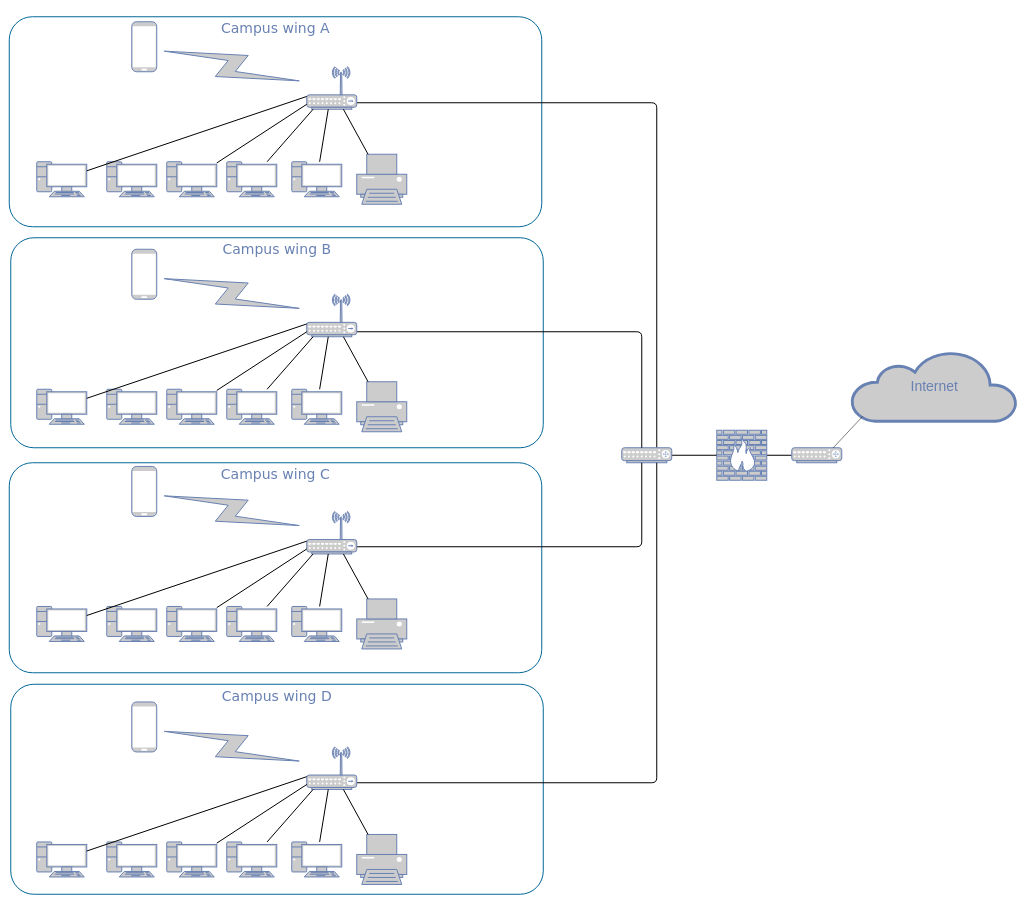
Above: Untitled Diagram.drawio in wr420/110Diagram (draw.io), before the change. Source tidied: cells renumbered, new cells numbered last; positions are measured from the earlier drawing's top-left corner, leaving out a move shared by most shapes. Both pictures are drawn from the tidied source at 50%, with x=0, y=0 at pixel (9, 16).
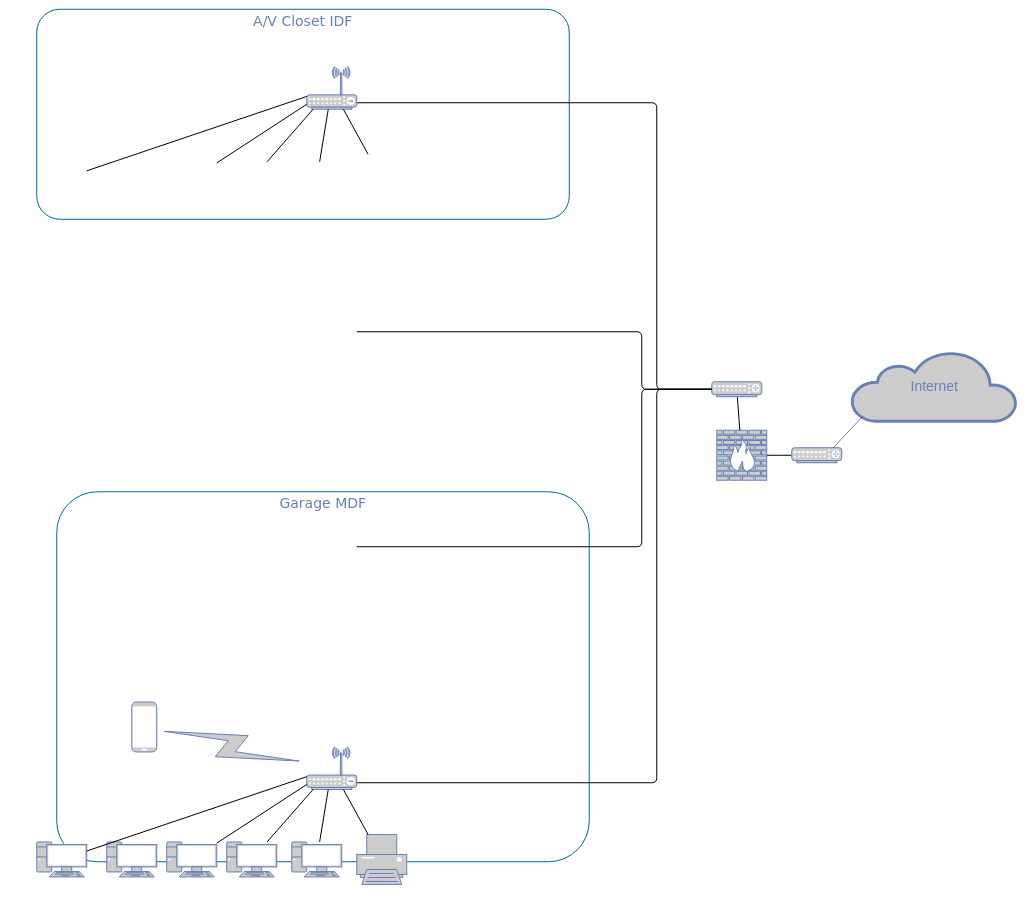
Above is the later version.

The change refers to these unchanged cells:
```xml
<mxCell id="17" style="fontColor=#0066CC;verticalAlign=top;verticalLabelPosition=bottom;labelPosition=center;align=center;html=1;fillColor=#CCCCCC;strokeColor=#6881B3;gradientColor=none;gradientDirection=north;strokeWidth=2;shape=mxgraph.networks.wireless_hub;rounded=0;shadow=0;comic=0;" parent="1" vertex="1">
  <mxGeometry x="595" y="100" width="100" height="85" as="geometry" />
</mxCell>
```

Diff of the diagram source:
```diff
@@
-    <mxCell id="2" value="Campus wing D" style="rounded=1;whiteSpace=wrap;html=1;shadow=0;comic=0;strokeColor=#036897;strokeWidth=2;fillColor=none;fontFamily=Verdana;fontSize=28;fontColor=#6881B3;align=center;arcSize=11;verticalAlign=top;" parent="1" vertex="1">
-      <mxGeometry x="3" y="1335" width="1065" height="420" as="geometry" />
+    <mxCell id="2" value="Garage MDF" style="rounded=1;whiteSpace=wrap;html=1;shadow=0;comic=0;strokeColor=#036897;strokeWidth=2;fillColor=none;fontFamily=Verdana;fontSize=28;fontColor=#6881B3;align=center;arcSize=11;verticalAlign=top;" parent="1" vertex="1">
+      <mxGeometry x="95" y="950" width="1065" height="740" as="geometry" />
     </mxCell>
-    <mxCell id="3" value="Campus wing C" style="rounded=1;whiteSpace=wrap;html=1;shadow=0;comic=0;strokeColor=#036897;strokeWidth=2;fillColor=none;fontFamily=Verdana;fontSize=28;fontColor=#6881B3;align=center;arcSize=11;verticalAlign=top;" parent="1" vertex="1">
-      <mxGeometry y="892" width="1065" height="420" as="geometry" />
-    </mxCell>
-    <mxCell id="4" value="Campus wing B" style="rounded=1;whiteSpace=wrap;html=1;shadow=0;comic=0;strokeColor=#036897;strokeWidth=2;fillColor=none;fontFamily=Verdana;fontSize=28;fontColor=#6881B3;align=center;arcSize=11;verticalAlign=top;" parent="1" vertex="1">
-      <mxGeometry x="3" y="442" width="1065" height="420" as="geometry" />
-    </mxCell>
-    <mxCell id="5" value="Campus wing A" style="rounded=1;whiteSpace=wrap;html=1;shadow=0;comic=0;strokeColor=#036897;strokeWidth=2;fillColor=none;fontFamily=Verdana;fontSize=28;fontColor=#6881B3;align=center;arcSize=11;verticalAlign=top;" parent="1" vertex="1">
-      <mxGeometry width="1065" height="420" as="geometry" />
+    <mxCell id="5" value="A/V Closet IDF" style="rounded=1;whiteSpace=wrap;html=1;shadow=0;comic=0;strokeColor=#036897;strokeWidth=2;fillColor=none;fontFamily=Verdana;fontSize=28;fontColor=#6881B3;align=center;arcSize=11;verticalAlign=top;" parent="1" vertex="1">
+      <mxGeometry x="55" y="-15" width="1065" height="420" as="geometry" />
     </mxCell>
@@
     <mxCell id="10" style="fontColor=#0066CC;verticalAlign=top;verticalLabelPosition=bottom;labelPosition=center;align=center;html=1;fillColor=#CCCCCC;strokeColor=#6881B3;gradientColor=none;gradientDirection=north;strokeWidth=2;shape=mxgraph.networks.router;rounded=0;shadow=0;comic=0;" parent="1" vertex="1">
-      <mxGeometry x="1225" y="862" width="100" height="30" as="geometry" />
+      <mxGeometry x="1405" y="730" width="100" height="30" as="geometry" />
     </mxCell>
-    <mxCell id="11" style="fontColor=#0066CC;verticalAlign=top;verticalLabelPosition=bottom;labelPosition=center;align=center;html=1;fillColor=#CCCCCC;strokeColor=#6881B3;gradientColor=none;gradientDirection=north;strokeWidth=2;shape=mxgraph.networks.pc;rounded=0;shadow=0;comic=0;" parent="1" vertex="1">
-      <mxGeometry x="55" y="290" width="100" height="70" as="geometry" />
-    </mxCell>
-    <mxCell id="12" style="fontColor=#0066CC;verticalAlign=top;verticalLabelPosition=bottom;labelPosition=center;align=center;html=1;fillColor=#CCCCCC;strokeColor=#6881B3;gradientColor=none;gradientDirection=north;strokeWidth=2;shape=mxgraph.networks.pc;rounded=0;shadow=0;comic=0;" parent="1" vertex="1">
-      <mxGeometry x="195" y="290" width="100" height="70" as="geometry" />
-    </mxCell>
-    <mxCell id="13" style="fontColor=#0066CC;verticalAlign=top;verticalLabelPosition=bottom;labelPosition=center;align=center;html=1;fillColor=#CCCCCC;strokeColor=#6881B3;gradientColor=none;gradientDirection=north;strokeWidth=2;shape=mxgraph.networks.pc;rounded=0;shadow=0;comic=0;" parent="1" vertex="1">
-      <mxGeometry x="315" y="290" width="100" height="70" as="geometry" />
-    </mxCell>
-    <mxCell id="14" style="fontColor=#0066CC;verticalAlign=top;verticalLabelPosition=bottom;labelPosition=center;align=center;html=1;fillColor=#CCCCCC;strokeColor=#6881B3;gradientColor=none;gradientDirection=north;strokeWidth=2;shape=mxgraph.networks.pc;rounded=0;shadow=0;comic=0;" parent="1" vertex="1">
-      <mxGeometry x="435" y="290" width="100" height="70" as="geometry" />
-    </mxCell>
-    <mxCell id="15" style="fontColor=#0066CC;verticalAlign=top;verticalLabelPosition=bottom;labelPosition=center;align=center;html=1;fillColor=#CCCCCC;strokeColor=#6881B3;gradientColor=none;gradientDirection=north;strokeWidth=2;shape=mxgraph.networks.pc;rounded=0;shadow=0;comic=0;" parent="1" vertex="1">
-      <mxGeometry x="565" y="290" width="100" height="70" as="geometry" />
-    </mxCell>
-    <mxCell id="16" style="fontColor=#0066CC;verticalAlign=top;verticalLabelPosition=bottom;labelPosition=center;align=center;html=1;fillColor=#CCCCCC;strokeColor=#6881B3;gradientColor=none;gradientDirection=north;strokeWidth=2;shape=mxgraph.networks.printer;rounded=0;shadow=0;comic=0;" parent="1" vertex="1">
-      <mxGeometry x="695" y="275" width="100" height="100" as="geometry" />
-    </mxCell>
@@
-    <mxCell id="18" style="edgeStyle=none;html=1;labelBackgroundColor=none;endArrow=none;endFill=0;strokeWidth=2;fontFamily=Verdana;fontSize=15;fontColor=#036897;" parent="1" edge="1" source="11" target="17">
-      <mxGeometry relative="1" as="geometry" />
+    <mxCell id="18" style="edgeStyle=none;html=1;labelBackgroundColor=none;endArrow=none;endFill=0;strokeWidth=2;fontFamily=Verdana;fontSize=15;fontColor=#036897;" parent="1" edge="1" target="17">
+      <mxGeometry relative="1" as="geometry">
+        <mxPoint x="155" y="308.1" as="sourcePoint" />
+      </mxGeometry>
     </mxCell>
-    <mxCell id="19" style="edgeStyle=none;html=1;labelBackgroundColor=none;endArrow=none;endFill=0;strokeWidth=2;fontFamily=Verdana;fontSize=15;fontColor=#036897;" parent="1" edge="1" source="13" target="17">
-      <mxGeometry relative="1" as="geometry" />
+    <mxCell id="19" style="edgeStyle=none;html=1;labelBackgroundColor=none;endArrow=none;endFill=0;strokeWidth=2;fontFamily=Verdana;fontSize=15;fontColor=#036897;" parent="1" edge="1" target="17">
+      <mxGeometry relative="1" as="geometry">
+        <mxPoint x="415" y="292.4" as="sourcePoint" />
+      </mxGeometry>
     </mxCell>
-    <mxCell id="20" style="edgeStyle=none;html=1;labelBackgroundColor=none;endArrow=none;endFill=0;strokeWidth=2;fontFamily=Verdana;fontSize=15;fontColor=#036897;" parent="1" edge="1" source="14" target="17">
-      <mxGeometry relative="1" as="geometry" />
+    <mxCell id="20" style="edgeStyle=none;html=1;labelBackgroundColor=none;endArrow=none;endFill=0;strokeWidth=2;fontFamily=Verdana;fontSize=15;fontColor=#036897;" parent="1" edge="1" target="17">
+      <mxGeometry relative="1" as="geometry">
+        <mxPoint x="515.7" y="290" as="sourcePoint" />
+      </mxGeometry>
     </mxCell>
-    <mxCell id="21" style="edgeStyle=none;html=1;labelBackgroundColor=none;endArrow=none;endFill=0;strokeWidth=2;fontFamily=Verdana;fontSize=15;fontColor=#036897;" parent="1" edge="1" source="15" target="17">
-      <mxGeometry relative="1" as="geometry" />
+    <mxCell id="21" style="edgeStyle=none;html=1;labelBackgroundColor=none;endArrow=none;endFill=0;strokeWidth=2;fontFamily=Verdana;fontSize=15;fontColor=#036897;" parent="1" edge="1" target="17">
+      <mxGeometry relative="1" as="geometry">
+        <mxPoint x="620.8" y="290" as="sourcePoint" />
+      </mxGeometry>
     </mxCell>
-    <mxCell id="22" style="edgeStyle=none;html=1;labelBackgroundColor=none;endArrow=none;endFill=0;strokeWidth=2;fontFamily=Verdana;fontSize=15;fontColor=#036897;" parent="1" edge="1" source="16" target="17">
-      <mxGeometry relative="1" as="geometry" />
+    <mxCell id="22" style="edgeStyle=none;html=1;labelBackgroundColor=none;endArrow=none;endFill=0;strokeWidth=2;fontFamily=Verdana;fontSize=15;fontColor=#036897;" parent="1" edge="1" target="17">
+      <mxGeometry relative="1" as="geometry">
+        <mxPoint x="717.6" y="275" as="sourcePoint" />
+      </mxGeometry>
     </mxCell>
-    <mxCell id="23" style="html=1;fillColor=#CCCCCC;strokeColor=#6881B3;gradientColor=none;gradientDirection=north;strokeWidth=2;shape=mxgraph.networks.comm_link_edge;html=1;labelBackgroundColor=none;endArrow=none;endFill=0;fontFamily=Verdana;fontSize=20;" parent="1" edge="1" source="17" target="24">
-      <mxGeometry relative="1" as="geometry" />
-    </mxCell>
-    <mxCell id="24" style="fontColor=#0066CC;verticalAlign=top;verticalLabelPosition=bottom;labelPosition=center;align=center;html=1;fillColor=#CCCCCC;strokeColor=#6881B3;gradientColor=none;gradientDirection=north;strokeWidth=2;shape=mxgraph.networks.mobile;rounded=0;shadow=0;comic=0;" parent="1" vertex="1">
-      <mxGeometry x="245" y="10" width="50" height="100" as="geometry" />
-    </mxCell>
-    <mxCell id="25" style="fontColor=#0066CC;verticalAlign=top;verticalLabelPosition=bottom;labelPosition=center;align=center;html=1;fillColor=#CCCCCC;strokeColor=#6881B3;gradientColor=none;gradientDirection=north;strokeWidth=2;shape=mxgraph.networks.pc;rounded=0;shadow=0;comic=0;" parent="1" vertex="1">
-      <mxGeometry x="55" y="745" width="100" height="70" as="geometry" />
-    </mxCell>
-    <mxCell id="26" style="fontColor=#0066CC;verticalAlign=top;verticalLabelPosition=bottom;labelPosition=center;align=center;html=1;fillColor=#CCCCCC;strokeColor=#6881B3;gradientColor=none;gradientDirection=north;strokeWidth=2;shape=mxgraph.networks.pc;rounded=0;shadow=0;comic=0;" parent="1" vertex="1">
-      <mxGeometry x="195" y="745" width="100" height="70" as="geometry" />
-    </mxCell>
-    <mxCell id="27" style="fontColor=#0066CC;verticalAlign=top;verticalLabelPosition=bottom;labelPosition=center;align=center;html=1;fillColor=#CCCCCC;strokeColor=#6881B3;gradientColor=none;gradientDirection=north;strokeWidth=2;shape=mxgraph.networks.pc;rounded=0;shadow=0;comic=0;" parent="1" vertex="1">
-      <mxGeometry x="315" y="745" width="100" height="70" as="geometry" />
-    </mxCell>
-    <mxCell id="28" style="fontColor=#0066CC;verticalAlign=top;verticalLabelPosition=bottom;labelPosition=center;align=center;html=1;fillColor=#CCCCCC;strokeColor=#6881B3;gradientColor=none;gradientDirection=north;strokeWidth=2;shape=mxgraph.networks.pc;rounded=0;shadow=0;comic=0;" parent="1" vertex="1">
-      <mxGeometry x="435" y="745" width="100" height="70" as="geometry" />
-    </mxCell>
-    <mxCell id="29" style="fontColor=#0066CC;verticalAlign=top;verticalLabelPosition=bottom;labelPosition=center;align=center;html=1;fillColor=#CCCCCC;strokeColor=#6881B3;gradientColor=none;gradientDirection=north;strokeWidth=2;shape=mxgraph.networks.pc;rounded=0;shadow=0;comic=0;" parent="1" vertex="1">
-      <mxGeometry x="565" y="745" width="100" height="70" as="geometry" />
-    </mxCell>
-    <mxCell id="30" style="fontColor=#0066CC;verticalAlign=top;verticalLabelPosition=bottom;labelPosition=center;align=center;html=1;fillColor=#CCCCCC;strokeColor=#6881B3;gradientColor=none;gradientDirection=north;strokeWidth=2;shape=mxgraph.networks.printer;rounded=0;shadow=0;comic=0;" parent="1" vertex="1">
-      <mxGeometry x="695" y="730" width="100" height="100" as="geometry" />
-    </mxCell>
-    <mxCell id="31" style="edgeStyle=orthogonalEdgeStyle;html=1;labelBackgroundColor=none;endArrow=none;endFill=0;strokeWidth=2;fontFamily=Verdana;fontSize=15;fontColor=#036897;" parent="1" edge="1" source="32" target="10">
+    <mxCell id="31" style="edgeStyle=orthogonalEdgeStyle;html=1;labelBackgroundColor=none;endArrow=none;endFill=0;strokeWidth=2;fontFamily=Verdana;fontSize=15;fontColor=#036897;" parent="1" edge="1" target="10">
       <mxGeometry relative="1" as="geometry">
+        <mxPoint x="695" y="630" as="sourcePoint" />
         <Array as="points">
           <mxPoint x="1265" y="630" />
         </Array>
       </mxGeometry>
     </mxCell>
-    <mxCell id="32" style="fontColor=#0066CC;verticalAlign=top;verticalLabelPosition=bottom;labelPosition=center;align=center;html=1;fillColor=#CCCCCC;strokeColor=#6881B3;gradientColor=none;gradientDirection=north;strokeWidth=2;shape=mxgraph.networks.wireless_hub;rounded=0;shadow=0;comic=0;" parent="1" vertex="1">
-      <mxGeometry x="595" y="555" width="100" height="85" as="geometry" />
-    </mxCell>
-    <mxCell id="33" style="edgeStyle=none;html=1;labelBackgroundColor=none;endArrow=none;endFill=0;strokeWidth=2;fontFamily=Verdana;fontSize=15;fontColor=#036897;" parent="1" edge="1" source="25" target="32">
-      <mxGeometry relative="1" as="geometry" />
-    </mxCell>
-    <mxCell id="34" style="edgeStyle=none;html=1;labelBackgroundColor=none;endArrow=none;endFill=0;strokeWidth=2;fontFamily=Verdana;fontSize=15;fontColor=#036897;" parent="1" edge="1" source="27" target="32">
-      <mxGeometry relative="1" as="geometry" />
-    </mxCell>
-    <mxCell id="35" style="edgeStyle=none;html=1;labelBackgroundColor=none;endArrow=none;endFill=0;strokeWidth=2;fontFamily=Verdana;fontSize=15;fontColor=#036897;" parent="1" edge="1" source="28" target="32">
-      <mxGeometry relative="1" as="geometry" />
-    </mxCell>
-    <mxCell id="36" style="edgeStyle=none;html=1;labelBackgroundColor=none;endArrow=none;endFill=0;strokeWidth=2;fontFamily=Verdana;fontSize=15;fontColor=#036897;" parent="1" edge="1" source="29" target="32">
-      <mxGeometry relative="1" as="geometry" />
-    </mxCell>
-    <mxCell id="37" style="edgeStyle=none;html=1;labelBackgroundColor=none;endArrow=none;endFill=0;strokeWidth=2;fontFamily=Verdana;fontSize=15;fontColor=#036897;" parent="1" edge="1" source="30" target="32">
-      <mxGeometry relative="1" as="geometry" />
-    </mxCell>
-    <mxCell id="38" style="html=1;fillColor=#CCCCCC;strokeColor=#6881B3;gradientColor=none;gradientDirection=north;strokeWidth=2;shape=mxgraph.networks.comm_link_edge;html=1;labelBackgroundColor=none;endArrow=none;endFill=0;fontFamily=Verdana;fontSize=20;" parent="1" edge="1" source="32" target="39">
-      <mxGeometry relative="1" as="geometry" />
-    </mxCell>
-    <mxCell id="39" style="fontColor=#0066CC;verticalAlign=top;verticalLabelPosition=bottom;labelPosition=center;align=center;html=1;fillColor=#CCCCCC;strokeColor=#6881B3;gradientColor=none;gradientDirection=north;strokeWidth=2;shape=mxgraph.networks.mobile;rounded=0;shadow=0;comic=0;" parent="1" vertex="1">
-      <mxGeometry x="245" y="465" width="50" height="100" as="geometry" />
-    </mxCell>
-    <mxCell id="40" style="fontColor=#0066CC;verticalAlign=top;verticalLabelPosition=bottom;labelPosition=center;align=center;html=1;fillColor=#CCCCCC;strokeColor=#6881B3;gradientColor=none;gradientDirection=north;strokeWidth=2;shape=mxgraph.networks.pc;rounded=0;shadow=0;comic=0;" parent="1" vertex="1">
-      <mxGeometry x="55" y="1179.4" width="100" height="70" as="geometry" />
-    </mxCell>
-    <mxCell id="41" style="fontColor=#0066CC;verticalAlign=top;verticalLabelPosition=bottom;labelPosition=center;align=center;html=1;fillColor=#CCCCCC;strokeColor=#6881B3;gradientColor=none;gradientDirection=north;strokeWidth=2;shape=mxgraph.networks.pc;rounded=0;shadow=0;comic=0;" parent="1" vertex="1">
-      <mxGeometry x="195" y="1179.4" width="100" height="70" as="geometry" />
-    </mxCell>
-    <mxCell id="42" style="fontColor=#0066CC;verticalAlign=top;verticalLabelPosition=bottom;labelPosition=center;align=center;html=1;fillColor=#CCCCCC;strokeColor=#6881B3;gradientColor=none;gradientDirection=north;strokeWidth=2;shape=mxgraph.networks.pc;rounded=0;shadow=0;comic=0;" parent="1" vertex="1">
-      <mxGeometry x="315" y="1179.4" width="100" height="70" as="geometry" />
-    </mxCell>
-    <mxCell id="43" style="fontColor=#0066CC;verticalAlign=top;verticalLabelPosition=bottom;labelPosition=center;align=center;html=1;fillColor=#CCCCCC;strokeColor=#6881B3;gradientColor=none;gradientDirection=north;strokeWidth=2;shape=mxgraph.networks.pc;rounded=0;shadow=0;comic=0;" parent="1" vertex="1">
-      <mxGeometry x="435" y="1179.4" width="100" height="70" as="geometry" />
-    </mxCell>
-    <mxCell id="44" style="fontColor=#0066CC;verticalAlign=top;verticalLabelPosition=bottom;labelPosition=center;align=center;html=1;fillColor=#CCCCCC;strokeColor=#6881B3;gradientColor=none;gradientDirection=north;strokeWidth=2;shape=mxgraph.networks.pc;rounded=0;shadow=0;comic=0;" parent="1" vertex="1">
-      <mxGeometry x="565" y="1179.4" width="100" height="70" as="geometry" />
-    </mxCell>
-    <mxCell id="45" style="fontColor=#0066CC;verticalAlign=top;verticalLabelPosition=bottom;labelPosition=center;align=center;html=1;fillColor=#CCCCCC;strokeColor=#6881B3;gradientColor=none;gradientDirection=north;strokeWidth=2;shape=mxgraph.networks.printer;rounded=0;shadow=0;comic=0;" parent="1" vertex="1">
-      <mxGeometry x="695" y="1164.4" width="100" height="100" as="geometry" />
-    </mxCell>
-    <mxCell id="46" style="edgeStyle=orthogonalEdgeStyle;html=1;labelBackgroundColor=none;endArrow=none;endFill=0;strokeWidth=2;fontFamily=Verdana;fontSize=15;fontColor=#036897;" parent="1" edge="1" source="47" target="10">
+    <mxCell id="46" style="edgeStyle=orthogonalEdgeStyle;html=1;labelBackgroundColor=none;endArrow=none;endFill=0;strokeWidth=2;fontFamily=Verdana;fontSize=15;fontColor=#036897;" parent="1" edge="1" target="10">
       <mxGeometry relative="1" as="geometry">
+        <mxPoint x="695" y="1060" as="sourcePoint" />
         <Array as="points">
           <mxPoint x="1265" y="1060" />
         </Array>
       </mxGeometry>
     </mxCell>
-    <mxCell id="47" style="fontColor=#0066CC;verticalAlign=top;verticalLabelPosition=bottom;labelPosition=center;align=center;html=1;fillColor=#CCCCCC;strokeColor=#6881B3;gradientColor=none;gradientDirection=north;strokeWidth=2;shape=mxgraph.networks.wireless_hub;rounded=0;shadow=0;comic=0;" parent="1" vertex="1">
-      <mxGeometry x="595" y="989.4" width="100" height="85" as="geometry" />
-    </mxCell>
-    <mxCell id="48" style="edgeStyle=none;html=1;labelBackgroundColor=none;endArrow=none;endFill=0;strokeWidth=2;fontFamily=Verdana;fontSize=15;fontColor=#036897;" parent="1" edge="1" source="40" target="47">
-      <mxGeometry relative="1" as="geometry" />
-    </mxCell>
-    <mxCell id="49" style="edgeStyle=none;html=1;labelBackgroundColor=none;endArrow=none;endFill=0;strokeWidth=2;fontFamily=Verdana;fontSize=15;fontColor=#036897;" parent="1" edge="1" source="42" target="47">
-      <mxGeometry relative="1" as="geometry" />
-    </mxCell>
-    <mxCell id="50" style="edgeStyle=none;html=1;labelBackgroundColor=none;endArrow=none;endFill=0;strokeWidth=2;fontFamily=Verdana;fontSize=15;fontColor=#036897;" parent="1" edge="1" source="43" target="47">
-      <mxGeometry relative="1" as="geometry" />
-    </mxCell>
-    <mxCell id="51" style="edgeStyle=none;html=1;labelBackgroundColor=none;endArrow=none;endFill=0;strokeWidth=2;fontFamily=Verdana;fontSize=15;fontColor=#036897;" parent="1" edge="1" source="44" target="47">
-      <mxGeometry relative="1" as="geometry" />
-    </mxCell>
-    <mxCell id="52" style="edgeStyle=none;html=1;labelBackgroundColor=none;endArrow=none;endFill=0;strokeWidth=2;fontFamily=Verdana;fontSize=15;fontColor=#036897;" parent="1" edge="1" source="45" target="47">
-      <mxGeometry relative="1" as="geometry" />
-    </mxCell>
-    <mxCell id="53" style="html=1;fillColor=#CCCCCC;strokeColor=#6881B3;gradientColor=none;gradientDirection=north;strokeWidth=2;shape=mxgraph.networks.comm_link_edge;html=1;labelBackgroundColor=none;endArrow=none;endFill=0;fontFamily=Verdana;fontSize=20;" parent="1" edge="1" source="47" target="54">
-      <mxGeometry relative="1" as="geometry" />
-    </mxCell>
-    <mxCell id="54" style="fontColor=#0066CC;verticalAlign=top;verticalLabelPosition=bottom;labelPosition=center;align=center;html=1;fillColor=#CCCCCC;strokeColor=#6881B3;gradientColor=none;gradientDirection=north;strokeWidth=2;shape=mxgraph.networks.mobile;rounded=0;shadow=0;comic=0;" parent="1" vertex="1">
-      <mxGeometry x="245" y="899.4" width="50" height="100" as="geometry" />
-    </mxCell>
```
